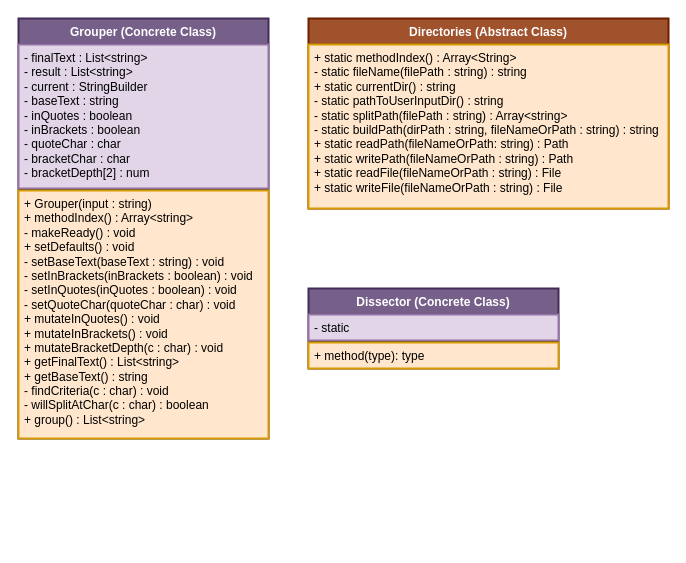
This is dev/ClassDiagrams.drawio from BroerSakki/PseudoCompiler, a draw.io file, before an edit. Source tidied: cells renumbered, new cells numbered last; positions are measured from the earlier drawing's top-left corner, leaving out a move shared by most shapes. Both pictures are drawn from the tidied source at 100%, with x=0, y=0 at pixel (18, 18).
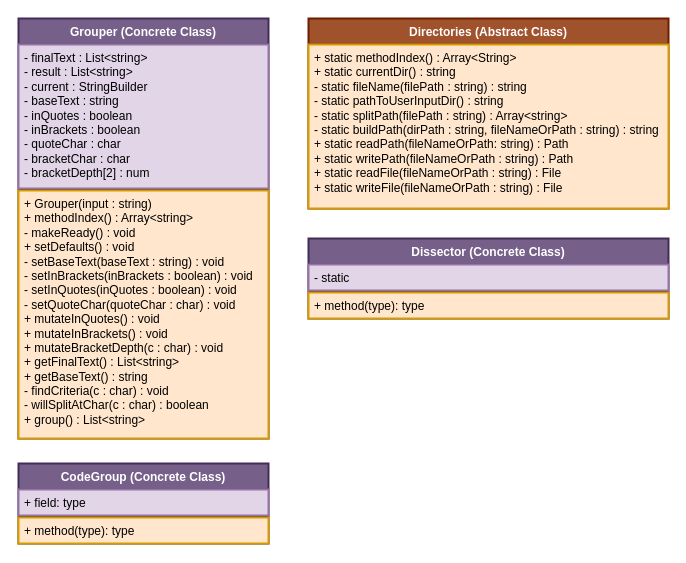
The same page after the edit.

What changed in the source:
```diff
@@
 <mxGraphModel>
   <root>
     <mxCell id="0" />
     <mxCell id="1" parent="0" />
     <mxCell id="2" value="Grouper (Concrete Class)" style="swimlane;fontStyle=1;align=center;verticalAlign=top;horizontal=1;startSize=26;whiteSpace=wrap;html=1;fillColor=#76608a;strokeColor=#432D57;fontColor=#ffffff;strokeWidth=2;" parent="1" vertex="1">
       <mxGeometry width="250" height="420" as="geometry" />
     </mxCell>
     <mxCell id="3" value="- finalText : List&amp;lt;string&amp;gt;&lt;div&gt;- result : List&amp;lt;string&amp;gt;&lt;/div&gt;&lt;div&gt;- current : StringBuilder&lt;/div&gt;&lt;div&gt;- baseText : string&lt;/div&gt;&lt;div&gt;- inQuotes : boolean&lt;/div&gt;&lt;div&gt;- inBrackets : boolean&lt;/div&gt;&lt;div&gt;- quoteChar : char&lt;/div&gt;&lt;div&gt;- bracketChar : char&lt;/div&gt;&lt;div&gt;- bracketDepth[2] : num&lt;/div&gt;" style="text;strokeColor=#9673a6;fillColor=#e1d5e7;align=left;verticalAlign=top;spacingLeft=4;spacingRight=4;overflow=hidden;whiteSpace=wrap;html=1;strokeWidth=2;" parent="2" vertex="1">
       <mxGeometry y="26" width="250" height="144" as="geometry" />
     </mxCell>
     <mxCell id="4" style="line;strokeWidth=1;fillColor=none;align=left;verticalAlign=middle;spacingTop=-1;spacingLeft=3;spacingRight=3;labelPosition=right;strokeColor=inherit;" parent="2" vertex="1">
       <mxGeometry y="170" width="250" height="2" as="geometry" />
     </mxCell>
     <mxCell id="5" value="+ Grouper(input : string)&lt;div&gt;+ methodIndex() : Array&amp;lt;string&amp;gt;&lt;br&gt;&lt;div&gt;- makeReady() : void&lt;/div&gt;&lt;div&gt;&lt;div&gt;+ setDefaults() : void&lt;/div&gt;&lt;div&gt;- setBaseText(baseText : string) : void&lt;/div&gt;&lt;/div&gt;&lt;div&gt;&lt;span style=&quot;background-color: transparent; color: light-dark(rgb(0, 0, 0), rgb(255, 255, 255));&quot;&gt;- setInBrackets(inBrackets : boolean) : void&lt;/span&gt;&lt;/div&gt;&lt;div&gt;&lt;div&gt;- setInQuotes(inQuotes : boolean) : void&lt;/div&gt;&lt;div&gt;&lt;span style=&quot;background-color: transparent; color: light-dark(rgb(0, 0, 0), rgb(255, 255, 255));&quot;&gt;- setQuoteChar(quoteChar : char) : void&lt;/span&gt;&lt;/div&gt;&lt;div&gt;&lt;span style=&quot;background-color: transparent; color: light-dark(rgb(0, 0, 0), rgb(255, 255, 255));&quot;&gt;+ mutateInQuotes() : void&lt;/span&gt;&lt;/div&gt;&lt;div&gt;+ mutateInBrackets() : void&lt;/div&gt;&lt;div&gt;+ mutateBracketDepth(c : char) : void&lt;/div&gt;&lt;div&gt;+ getFinalText() : List&amp;lt;string&amp;gt;&lt;/div&gt;&lt;/div&gt;&lt;div&gt;+ getBaseText() : string&lt;/div&gt;&lt;div&gt;- findCriteria(c : char) : void&lt;/div&gt;&lt;div&gt;- willSplitAtChar(c : char) : boolean&lt;/div&gt;&lt;div&gt;+ group() : List&amp;lt;string&amp;gt;&lt;/div&gt;&lt;/div&gt;" style="text;strokeColor=#d79b00;fillColor=#ffe6cc;align=left;verticalAlign=top;spacingLeft=4;spacingRight=4;overflow=hidden;whiteSpace=wrap;html=1;strokeWidth=2;" parent="2" vertex="1">
       <mxGeometry y="172" width="250" height="248" as="geometry" />
     </mxCell>
     <mxCell id="6" value="Directories (Abstract Class)" style="swimlane;fontStyle=1;align=center;verticalAlign=top;horizontal=1;startSize=26;whiteSpace=wrap;html=1;fillColor=#a0522d;strokeColor=#6D1F00;fontColor=#ffffff;strokeWidth=2;" parent="1" vertex="1">
       <mxGeometry x="290" width="360" height="190" as="geometry" />
     </mxCell>
-    <mxCell id="7" value="&lt;div&gt;+ static methodIndex() : Array&amp;lt;String&amp;gt;&lt;/div&gt;&lt;div&gt;- static fileName(filePath : string) : string&lt;/div&gt;&lt;div&gt;+ static currentDir() : string&lt;/div&gt;- static pathToUserInputDir() : string&lt;div&gt;- static splitPath(filePath : string) : Array&amp;lt;string&amp;gt;&lt;/div&gt;&lt;div&gt;- static buildPath(dirPath : string, fileNameOrPath : string) : string&lt;/div&gt;&lt;div&gt;+ static readPath(&lt;span style=&quot;background-color: transparent; color: light-dark(rgb(0, 0, 0), rgb(255, 255, 255));&quot;&gt;fileNameOrPath: string) : Path&lt;/span&gt;&lt;/div&gt;&lt;div&gt;+ static writePath(fileNameOrPath&lt;span style=&quot;background-color: transparent; color: light-dark(rgb(0, 0, 0), rgb(255, 255, 255));&quot;&gt;&amp;nbsp;: string) : Path&lt;/span&gt;&lt;/div&gt;&lt;div&gt;&lt;span style=&quot;background-color: transparent; color: light-dark(rgb(0, 0, 0), rgb(255, 255, 255));&quot;&gt;+ static readFile(&lt;/span&gt;&lt;span style=&quot;background-color: transparent; color: light-dark(rgb(0, 0, 0), rgb(255, 255, 255));&quot;&gt;fileNameOrPath : string) : File&lt;/span&gt;&lt;/div&gt;&lt;div&gt;&lt;span style=&quot;background-color: transparent; color: light-dark(rgb(0, 0, 0), rgb(255, 255, 255));&quot;&gt;+ static writeFile(&lt;/span&gt;&lt;span style=&quot;background-color: transparent; color: light-dark(rgb(0, 0, 0), rgb(255, 255, 255));&quot;&gt;fileNameOrPath : string) : File&lt;/span&gt;&lt;/div&gt;" style="text;strokeColor=#d79b00;fillColor=#ffe6cc;align=left;verticalAlign=top;spacingLeft=4;spacingRight=4;overflow=hidden;whiteSpace=wrap;html=1;strokeWidth=2;" parent="6" vertex="1">
+    <mxCell id="7" value="&lt;div&gt;+ static methodIndex() : Array&amp;lt;String&amp;gt;&lt;/div&gt;&lt;div&gt;&lt;span style=&quot;background-color: transparent; color: light-dark(rgb(0, 0, 0), rgb(255, 255, 255));&quot;&gt;+ static currentDir() : string&lt;/span&gt;&lt;/div&gt;&lt;div&gt;- static fileName(filePath : string) : string&lt;/div&gt;- static pathToUserInputDir() : string&lt;div&gt;- static splitPath(filePath : string) : Array&amp;lt;string&amp;gt;&lt;/div&gt;&lt;div&gt;- static buildPath(dirPath : string, fileNameOrPath : string) : string&lt;/div&gt;&lt;div&gt;+ static readPath(&lt;span style=&quot;background-color: transparent; color: light-dark(rgb(0, 0, 0), rgb(255, 255, 255));&quot;&gt;fileNameOrPath: string) : Path&lt;/span&gt;&lt;/div&gt;&lt;div&gt;+ static writePath(fileNameOrPath&lt;span style=&quot;background-color: transparent; color: light-dark(rgb(0, 0, 0), rgb(255, 255, 255));&quot;&gt;&amp;nbsp;: string) : Path&lt;/span&gt;&lt;/div&gt;&lt;div&gt;&lt;span style=&quot;background-color: transparent; color: light-dark(rgb(0, 0, 0), rgb(255, 255, 255));&quot;&gt;+ static readFile(&lt;/span&gt;&lt;span style=&quot;background-color: transparent; color: light-dark(rgb(0, 0, 0), rgb(255, 255, 255));&quot;&gt;fileNameOrPath : string) : File&lt;/span&gt;&lt;/div&gt;&lt;div&gt;&lt;span style=&quot;background-color: transparent; color: light-dark(rgb(0, 0, 0), rgb(255, 255, 255));&quot;&gt;+ static writeFile(&lt;/span&gt;&lt;span style=&quot;background-color: transparent; color: light-dark(rgb(0, 0, 0), rgb(255, 255, 255));&quot;&gt;fileNameOrPath : string) : File&lt;/span&gt;&lt;/div&gt;" style="text;strokeColor=#d79b00;fillColor=#ffe6cc;align=left;verticalAlign=top;spacingLeft=4;spacingRight=4;overflow=hidden;whiteSpace=wrap;html=1;strokeWidth=2;" parent="6" vertex="1">
       <mxGeometry y="26" width="360" height="164" as="geometry" />
     </mxCell>
     <mxCell id="8" value="Dissector (Concrete Class)" style="swimlane;fontStyle=1;align=center;verticalAlign=top;horizontal=1;startSize=26;whiteSpace=wrap;html=1;fillColor=#76608a;strokeColor=#432D57;fontColor=#ffffff;strokeWidth=2;" parent="1" vertex="1">
-      <mxGeometry x="290" y="270" width="250" height="80" as="geometry" />
+      <mxGeometry x="290" y="220" width="360" height="80" as="geometry" />
     </mxCell>
     <mxCell id="9" value="- static" style="text;strokeColor=#9673a6;fillColor=#e1d5e7;align=left;verticalAlign=top;spacingLeft=4;spacingRight=4;overflow=hidden;whiteSpace=wrap;html=1;strokeWidth=2;" parent="8" vertex="1">
-      <mxGeometry y="26" width="250" height="26" as="geometry" />
+      <mxGeometry y="26" width="360" height="26" as="geometry" />
     </mxCell>
     <mxCell id="10" style="line;strokeWidth=1;fillColor=none;align=left;verticalAlign=middle;spacingTop=-1;spacingLeft=3;spacingRight=3;labelPosition=right;strokeColor=inherit;" parent="8" vertex="1">
-      <mxGeometry y="52" width="250" height="2" as="geometry" />
+      <mxGeometry y="52" width="360" height="2" as="geometry" />
     </mxCell>
     <mxCell id="11" value="+ method(type): type" style="text;strokeColor=#d79b00;fillColor=#ffe6cc;align=left;verticalAlign=top;spacingLeft=4;spacingRight=4;overflow=hidden;whiteSpace=wrap;html=1;strokeWidth=2;" parent="8" vertex="1">
-      <mxGeometry y="54" width="250" height="26" as="geometry" />
+      <mxGeometry y="54" width="360" height="26" as="geometry" />
     </mxCell>
+    <mxCell id="12" value="CodeGroup (Concrete Class)" style="swimlane;fontStyle=1;align=center;verticalAlign=top;horizontal=1;startSize=26;whiteSpace=wrap;html=1;fillColor=#76608a;strokeColor=#432D57;fontColor=#ffffff;strokeWidth=2;" parent="1" vertex="1">
+      <mxGeometry y="445" width="250" height="80" as="geometry" />
+    </mxCell>
+    <mxCell id="13" value="+ field: type" style="text;strokeColor=#9673a6;fillColor=#e1d5e7;align=left;verticalAlign=top;spacingLeft=4;spacingRight=4;overflow=hidden;whiteSpace=wrap;html=1;strokeWidth=2;" parent="12" vertex="1">
+      <mxGeometry y="26" width="250" height="26" as="geometry" />
+    </mxCell>
+    <mxCell id="14" style="line;strokeWidth=1;fillColor=none;align=left;verticalAlign=middle;spacingTop=-1;spacingLeft=3;spacingRight=3;labelPosition=right;strokeColor=inherit;" parent="12" vertex="1">
+      <mxGeometry y="52" width="250" height="2" as="geometry" />
+    </mxCell>
+    <mxCell id="15" value="+ method(type): type" style="text;strokeColor=#d79b00;fillColor=#ffe6cc;align=left;verticalAlign=top;spacingLeft=4;spacingRight=4;overflow=hidden;whiteSpace=wrap;html=1;strokeWidth=2;" parent="12" vertex="1">
+      <mxGeometry y="54" width="250" height="26" as="geometry" />
+    </mxCell>
   </root>
 </mxGraphModel>
```
